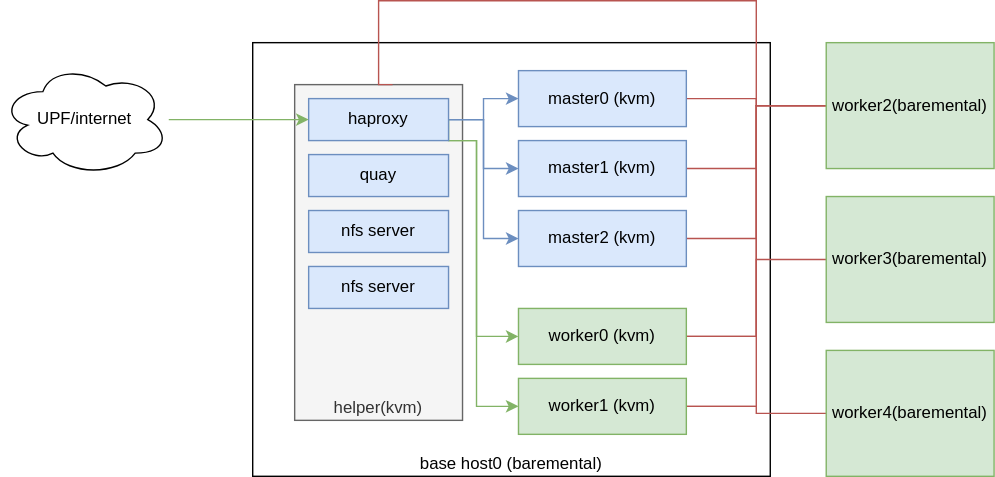
The draw.io diagram redhat/ocp4/4.5/4.5.install.dia.drawio.svg in wangzheng422/docker_env, before a commit. Source tidied: cells renumbered, new cells last; positions are measured from the earlier drawing's top-left corner, leaving out a move shared by most shapes. Its diagram source:
```xml
<mxGraphModel>
  <root>
    <mxCell id="0" />
    <mxCell id="1" parent="0" />
    <mxCell id="2" value="base host0 (baremental)" style="rounded=0;whiteSpace=wrap;html=1;verticalAlign=bottom;" parent="1" vertex="1">
      <mxGeometry x="180" y="30" width="370" height="310" as="geometry" />
    </mxCell>
    <mxCell id="3" value="1" parent="0" />
    <mxCell id="4" value="helper(kvm)" style="rounded=0;whiteSpace=wrap;html=1;fillColor=#f5f5f5;strokeColor=#666666;fontColor=#333333;verticalAlign=bottom;" parent="3" vertex="1">
      <mxGeometry x="210" y="60" width="120" height="240" as="geometry" />
    </mxCell>
    <mxCell id="5" value="2" parent="0" />
    <mxCell id="6" style="edgeStyle=orthogonalEdgeStyle;rounded=0;jettySize=auto;html=1;entryX=0;entryY=0.5;entryDx=0;entryDy=0;endArrow=none;endFill=0;fillColor=#f8cecc;strokeColor=#b85450;" parent="5" edge="1" source="7" target="27">
      <mxGeometry relative="1" as="geometry" />
    </mxCell>
    <mxCell id="7" value="master0 (kvm)" style="rounded=0;whiteSpace=wrap;html=1;fillColor=#dae8fc;strokeColor=#6c8ebf;" parent="5" vertex="1">
      <mxGeometry x="370" y="50" width="120" height="40" as="geometry" />
    </mxCell>
    <mxCell id="8" style="edgeStyle=orthogonalEdgeStyle;rounded=0;jettySize=auto;html=1;exitX=1;exitY=0.5;exitDx=0;exitDy=0;entryX=0;entryY=0.5;entryDx=0;entryDy=0;endArrow=none;endFill=0;fillColor=#f8cecc;strokeColor=#b85450;" parent="5" edge="1" source="9" target="27">
      <mxGeometry relative="1" as="geometry" />
    </mxCell>
    <mxCell id="9" value="master1 (kvm)" style="rounded=0;whiteSpace=wrap;html=1;fillColor=#dae8fc;strokeColor=#6c8ebf;" parent="5" vertex="1">
      <mxGeometry x="370" y="100" width="120" height="40" as="geometry" />
    </mxCell>
    <mxCell id="10" style="edgeStyle=orthogonalEdgeStyle;rounded=0;jettySize=auto;html=1;exitX=1;exitY=0.5;exitDx=0;exitDy=0;entryX=0;entryY=0.5;entryDx=0;entryDy=0;endArrow=none;endFill=0;fillColor=#f8cecc;strokeColor=#b85450;" parent="5" edge="1" source="11" target="27">
      <mxGeometry relative="1" as="geometry" />
    </mxCell>
    <mxCell id="11" value="master2 (kvm)" style="rounded=0;whiteSpace=wrap;html=1;fillColor=#dae8fc;strokeColor=#6c8ebf;" parent="5" vertex="1">
      <mxGeometry x="370" y="150" width="120" height="40" as="geometry" />
    </mxCell>
    <mxCell id="12" style="edgeStyle=orthogonalEdgeStyle;rounded=0;jettySize=auto;html=1;exitX=1;exitY=0.5;exitDx=0;exitDy=0;endArrow=none;endFill=0;fillColor=#f8cecc;strokeColor=#b85450;entryX=0;entryY=0.5;entryDx=0;entryDy=0;" parent="5" edge="1" source="14" target="27">
      <mxGeometry relative="1" as="geometry" />
    </mxCell>
    <mxCell id="13" style="edgeStyle=orthogonalEdgeStyle;rounded=0;jettySize=auto;html=1;fillColor=#f8cecc;strokeColor=#b85450;endArrow=none;endFill=0;" parent="5" edge="1" source="14" target="30">
      <mxGeometry relative="1" as="geometry" />
    </mxCell>
    <mxCell id="14" value="worker0 (kvm)" style="rounded=0;whiteSpace=wrap;html=1;fillColor=#d5e8d4;strokeColor=#82b366;" parent="5" vertex="1">
      <mxGeometry x="370" y="220" width="120" height="40" as="geometry" />
    </mxCell>
    <mxCell id="15" style="edgeStyle=orthogonalEdgeStyle;rounded=0;jettySize=auto;html=1;exitX=1;exitY=0.5;exitDx=0;exitDy=0;endArrow=none;endFill=0;fillColor=#f8cecc;strokeColor=#b85450;entryX=0;entryY=0.5;entryDx=0;entryDy=0;" parent="5" edge="1" source="17" target="27">
      <mxGeometry relative="1" as="geometry" />
    </mxCell>
    <mxCell id="16" style="edgeStyle=orthogonalEdgeStyle;rounded=0;jettySize=auto;html=1;entryX=0;entryY=0.5;entryDx=0;entryDy=0;endArrow=none;endFill=0;fillColor=#f8cecc;strokeColor=#b85450;" parent="5" edge="1" source="17" target="31">
      <mxGeometry relative="1" as="geometry" />
    </mxCell>
    <mxCell id="17" value="worker1 (kvm)" style="rounded=0;whiteSpace=wrap;html=1;fillColor=#d5e8d4;strokeColor=#82b366;" parent="5" vertex="1">
      <mxGeometry x="370" y="270" width="120" height="40" as="geometry" />
    </mxCell>
    <mxCell id="18" style="edgeStyle=orthogonalEdgeStyle;rounded=0;jettySize=auto;html=1;exitX=1;exitY=0.5;exitDx=0;exitDy=0;entryX=0;entryY=0.5;entryDx=0;entryDy=0;fillColor=#dae8fc;strokeColor=#6c8ebf;" parent="5" edge="1" source="23" target="7">
      <mxGeometry relative="1" as="geometry" />
    </mxCell>
    <mxCell id="19" style="edgeStyle=orthogonalEdgeStyle;rounded=0;jettySize=auto;html=1;entryX=0;entryY=0.5;entryDx=0;entryDy=0;fillColor=#dae8fc;strokeColor=#6c8ebf;" parent="5" edge="1" source="23" target="9">
      <mxGeometry relative="1" as="geometry" />
    </mxCell>
    <mxCell id="20" style="edgeStyle=orthogonalEdgeStyle;rounded=0;jettySize=auto;html=1;entryX=0;entryY=0.5;entryDx=0;entryDy=0;fillColor=#dae8fc;strokeColor=#6c8ebf;" parent="5" edge="1" source="23" target="11">
      <mxGeometry relative="1" as="geometry" />
    </mxCell>
    <mxCell id="21" style="edgeStyle=orthogonalEdgeStyle;rounded=0;jettySize=auto;html=1;exitX=1;exitY=0.5;exitDx=0;exitDy=0;entryX=0;entryY=0.5;entryDx=0;entryDy=0;fillColor=#d5e8d4;strokeColor=#82b366;" parent="5" edge="1" source="23" target="14">
      <mxGeometry relative="1" as="geometry">
        <Array as="points">
          <mxPoint x="320" y="100" />
          <mxPoint x="340" y="100" />
          <mxPoint x="340" y="240" />
        </Array>
      </mxGeometry>
    </mxCell>
    <mxCell id="22" style="edgeStyle=orthogonalEdgeStyle;rounded=0;jettySize=auto;html=1;entryX=0;entryY=0.5;entryDx=0;entryDy=0;fillColor=#d5e8d4;strokeColor=#82b366;" parent="5" edge="1" source="23" target="17">
      <mxGeometry relative="1" as="geometry">
        <Array as="points">
          <mxPoint x="340" y="100" />
          <mxPoint x="340" y="290" />
        </Array>
      </mxGeometry>
    </mxCell>
    <mxCell id="23" value="haproxy" style="rounded=0;whiteSpace=wrap;html=1;fillColor=#dae8fc;strokeColor=#6c8ebf;" parent="5" vertex="1">
      <mxGeometry x="220" y="70" width="100" height="30" as="geometry" />
    </mxCell>
    <mxCell id="24" value="quay" style="rounded=0;whiteSpace=wrap;html=1;fillColor=#dae8fc;strokeColor=#6c8ebf;" parent="5" vertex="1">
      <mxGeometry x="220" y="110" width="100" height="30" as="geometry" />
    </mxCell>
    <mxCell id="25" value="nfs server" style="rounded=0;whiteSpace=wrap;html=1;fillColor=#dae8fc;strokeColor=#6c8ebf;" parent="5" vertex="1">
      <mxGeometry x="220" y="150" width="100" height="30" as="geometry" />
    </mxCell>
    <mxCell id="26" style="edgeStyle=orthogonalEdgeStyle;rounded=0;jettySize=auto;html=1;entryX=0.583;entryY=0;entryDx=0;entryDy=0;entryPerimeter=0;endArrow=none;endFill=0;fillColor=#f8cecc;strokeColor=#b85450;" parent="5" edge="1" source="27" target="4">
      <mxGeometry relative="1" as="geometry">
        <Array as="points">
          <mxPoint x="540" y="75" />
          <mxPoint x="540" />
          <mxPoint x="270" />
          <mxPoint x="270" y="60" />
        </Array>
      </mxGeometry>
    </mxCell>
    <mxCell id="27" value="worker2(baremental)" style="rounded=0;whiteSpace=wrap;html=1;fillColor=#d5e8d4;strokeColor=#82b366;" parent="5" vertex="1">
      <mxGeometry x="590" y="30" width="120" height="90" as="geometry" />
    </mxCell>
    <mxCell id="28" style="edgeStyle=orthogonalEdgeStyle;rounded=0;jettySize=auto;html=1;fillColor=#d5e8d4;strokeColor=#82b366;" parent="5" edge="1" source="29" target="23">
      <mxGeometry relative="1" as="geometry" />
    </mxCell>
    <mxCell id="29" value="UPF/internet" style="ellipse;shape=cloud;whiteSpace=wrap;html=1;" parent="5" vertex="1">
      <mxGeometry y="45" width="120" height="80" as="geometry" />
    </mxCell>
    <mxCell id="30" value="worker3(baremental)" style="rounded=0;whiteSpace=wrap;html=1;fillColor=#d5e8d4;strokeColor=#82b366;" parent="5" vertex="1">
      <mxGeometry x="590" y="140" width="120" height="90" as="geometry" />
    </mxCell>
    <mxCell id="31" value="worker4(baremental)" style="rounded=0;whiteSpace=wrap;html=1;fillColor=#d5e8d4;strokeColor=#82b366;" parent="5" vertex="1">
      <mxGeometry x="590" y="250" width="120" height="90" as="geometry" />
    </mxCell>
    <mxCell id="32" value="nfs server" style="rounded=0;whiteSpace=wrap;html=1;fillColor=#dae8fc;strokeColor=#6c8ebf;" parent="5" vertex="1">
      <mxGeometry x="220" y="190" width="100" height="30" as="geometry" />
    </mxCell>
  </root>
</mxGraphModel>
```
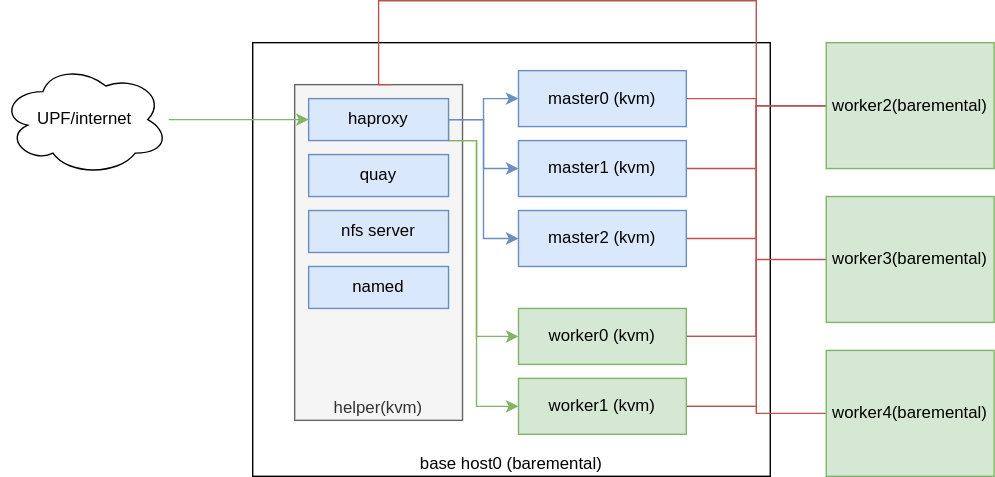
After the change.

Diff of the diagram source:
```diff
@@ -106,7 +106,7 @@
     <mxCell id="31" value="worker4(baremental)" style="rounded=0;whiteSpace=wrap;html=1;fillColor=#d5e8d4;strokeColor=#82b366;" parent="5" vertex="1">
       <mxGeometry x="590" y="250" width="120" height="90" as="geometry" />
     </mxCell>
-    <mxCell id="32" value="nfs server" style="rounded=0;whiteSpace=wrap;html=1;fillColor=#dae8fc;strokeColor=#6c8ebf;" parent="5" vertex="1">
+    <mxCell id="32" value="named" style="rounded=0;whiteSpace=wrap;html=1;fillColor=#dae8fc;strokeColor=#6c8ebf;" parent="5" vertex="1">
       <mxGeometry x="220" y="190" width="100" height="30" as="geometry" />
     </mxCell>
   </root>
```
